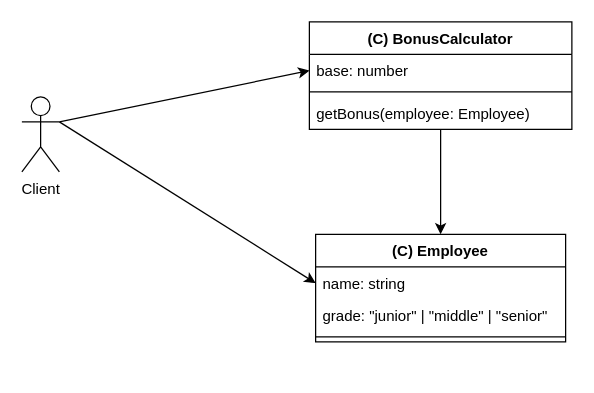
This is 03-SOLID原則/オープンクローズド原則/badExample.drawio from bamboo-house/Good-Code, a draw.io file, before an edit. Source tidied: cells renumbered, new cells numbered last; positions are measured from the earlier drawing's top-left corner, leaving out a move shared by most shapes. Both pictures are drawn from the tidied source at 125%, with x=0, y=0 at pixel (21, 21).
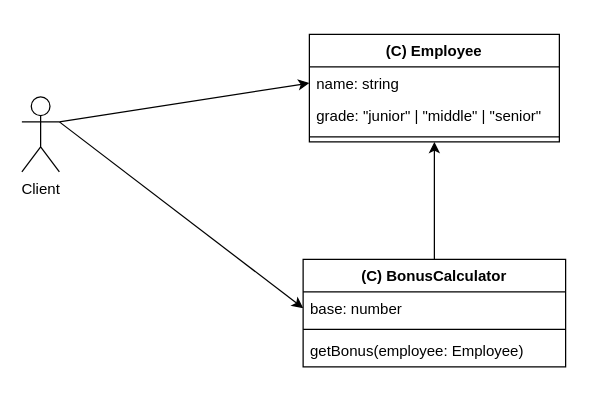
After the change.

Change to the diagram source:
```diff
@@
 <mxGraphModel>
   <root>
     <mxCell id="0" />
     <mxCell id="1" parent="0" />
-    <mxCell id="2" style="edgeStyle=none;html=1;exitX=0.5;exitY=1;exitDx=0;exitDy=0;" parent="1" edge="1" source="3" target="7">
-      <mxGeometry relative="1" as="geometry" />
+    <mxCell id="2" style="edgeStyle=none;html=1;" parent="1" edge="1" target="7">
+      <mxGeometry relative="1" as="geometry">
+        <mxPoint x="330" y="190" as="sourcePoint" />
+      </mxGeometry>
     </mxCell>
     <mxCell id="3" value="(C) BonusCalculator" style="swimlane;fontStyle=1;align=center;verticalAlign=top;horizontal=1;startSize=26;" parent="1" vertex="1">
-      <mxGeometry x="230" width="210" height="86" as="geometry" />
+      <mxGeometry x="225" y="190" width="210" height="86" as="geometry" />
     </mxCell>
     <mxCell id="4" value="base: number" style="text;strokeColor=none;fillColor=none;align=left;verticalAlign=top;spacingLeft=4;spacingRight=4;overflow=hidden;points=[[0,0.5],[1,0.5]];portConstraint=eastwest;" parent="3" vertex="1">
       <mxGeometry y="26" width="210" height="26" as="geometry" />
     </mxCell>
     <mxCell id="5" style="line;strokeWidth=1;fillColor=none;align=left;verticalAlign=middle;spacingTop=-1;spacingLeft=3;spacingRight=3;labelPosition=right;strokeColor=inherit;" parent="3" vertex="1">
       <mxGeometry y="52" width="210" height="8" as="geometry" />
     </mxCell>
     <mxCell id="6" value="getBonus(employee: Employee)" style="text;strokeColor=none;fillColor=none;align=left;verticalAlign=top;spacingLeft=4;spacingRight=4;overflow=hidden;" parent="3" vertex="1">
       <mxGeometry y="60" width="210" height="26" as="geometry" />
     </mxCell>
     <mxCell id="7" value="(C) Employee" style="swimlane;fontStyle=1;align=center;verticalAlign=top;horizontal=1;startSize=26;" parent="1" vertex="1">
-      <mxGeometry x="235" y="170" width="200" height="86" as="geometry" />
+      <mxGeometry x="230" y="10" width="200" height="86" as="geometry" />
     </mxCell>
     <mxCell id="8" value="name: string" style="text;strokeColor=none;fillColor=none;align=left;verticalAlign=top;spacingLeft=4;spacingRight=4;overflow=hidden;points=[[0,0.5],[1,0.5]];portConstraint=eastwest;" parent="7" vertex="1">
       <mxGeometry y="26" width="200" height="26" as="geometry" />
     </mxCell>
     <mxCell id="9" value="grade: &quot;junior&quot; | &quot;middle&quot; | &quot;senior&quot;" style="text;strokeColor=none;fillColor=none;align=left;verticalAlign=top;spacingLeft=4;spacingRight=4;overflow=hidden;" parent="7" vertex="1">
       <mxGeometry y="52" width="200" height="26" as="geometry" />
     </mxCell>
     <mxCell id="10" style="line;strokeWidth=1;fillColor=none;align=left;verticalAlign=middle;spacingTop=-1;spacingLeft=3;spacingRight=3;labelPosition=right;strokeColor=inherit;" parent="7" vertex="1">
       <mxGeometry y="78" width="200" height="8" as="geometry" />
     </mxCell>
     <mxCell id="11" style="edgeStyle=none;html=1;exitX=1;exitY=0.3333333333333333;exitDx=0;exitDy=0;exitPerimeter=0;entryX=0;entryY=0.5;entryDx=0;entryDy=0;" parent="1" edge="1" source="13" target="4">
       <mxGeometry relative="1" as="geometry" />
     </mxCell>
     <mxCell id="12" style="edgeStyle=none;html=1;exitX=1;exitY=0.3333333333333333;exitDx=0;exitDy=0;exitPerimeter=0;entryX=0;entryY=0.5;entryDx=0;entryDy=0;" parent="1" edge="1" source="13" target="8">
       <mxGeometry relative="1" as="geometry" />
     </mxCell>
     <mxCell id="13" value="Client" style="shape=umlActor;verticalLabelPosition=bottom;verticalAlign=top;html=1;outlineConnect=0;" parent="1" vertex="1">
       <mxGeometry y="60" width="30" height="60" as="geometry" />
     </mxCell>
   </root>
 </mxGraphModel>
```
